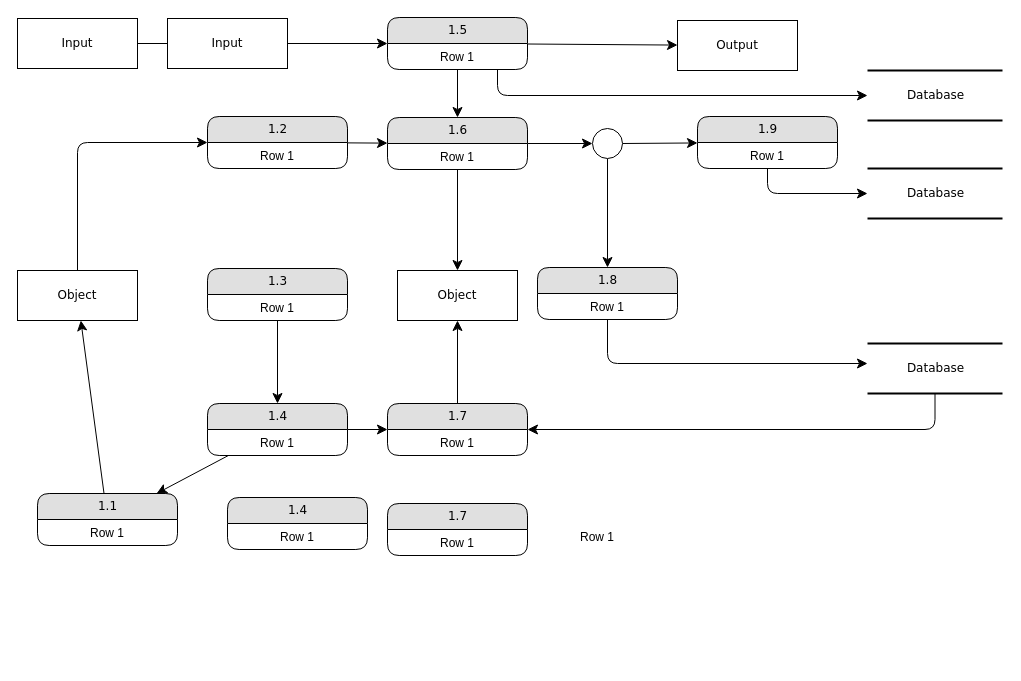
Before: gate system.drawio in bachdev/diagram, a draw.io diagram. Source tidied: cells renumbered, new cells numbered last; positions are measured from the earlier drawing's top-left corner, leaving out a move shared by most shapes. Both pictures are drawn from the tidied source at 100%, with x=0, y=0 at pixel (17, 17).
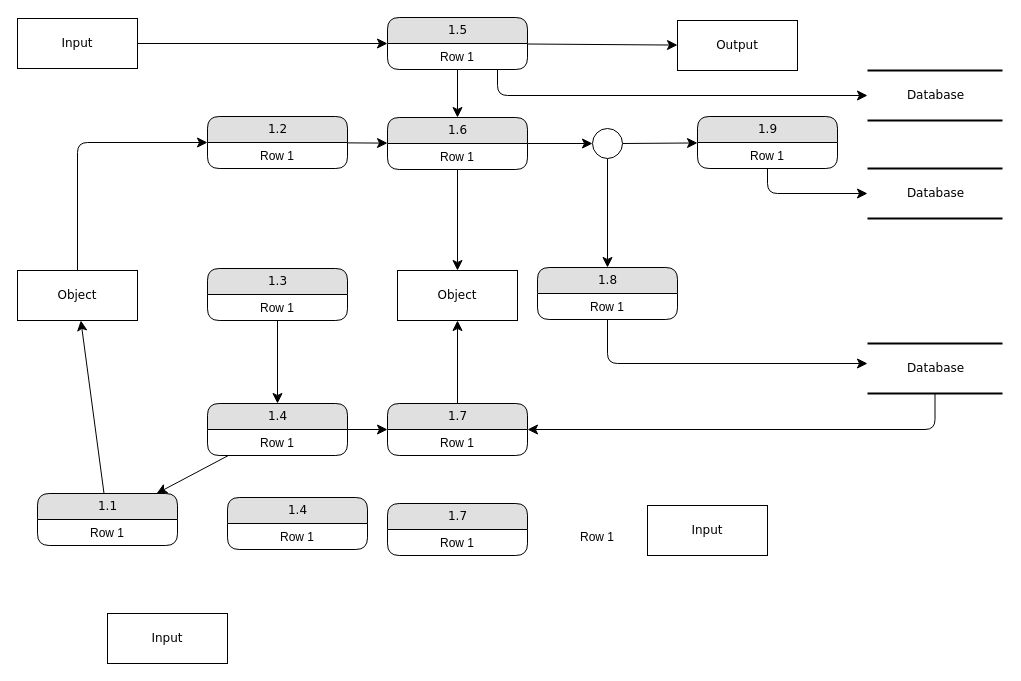
Above is the later version.

The edit, as a diff of the source:
```diff
@@
     <mxCell id="51" value="Input" style="whiteSpace=wrap;html=1;rounded=0;shadow=0;comic=0;labelBackgroundColor=none;strokeWidth=1;fontFamily=Verdana;fontSize=12;align=center;" parent="1" vertex="1">
-      <mxGeometry x="150" y="1" width="120" height="50" as="geometry" />
+      <mxGeometry x="90" y="596" width="120" height="50" as="geometry" />
     </mxCell>
+    <mxCell id="52" value="Input" style="whiteSpace=wrap;html=1;rounded=0;shadow=0;comic=0;labelBackgroundColor=none;strokeWidth=1;fontFamily=Verdana;fontSize=12;align=center;" parent="1" vertex="1">
+      <mxGeometry x="630" y="488" width="120" height="50" as="geometry" />
+    </mxCell>
```
